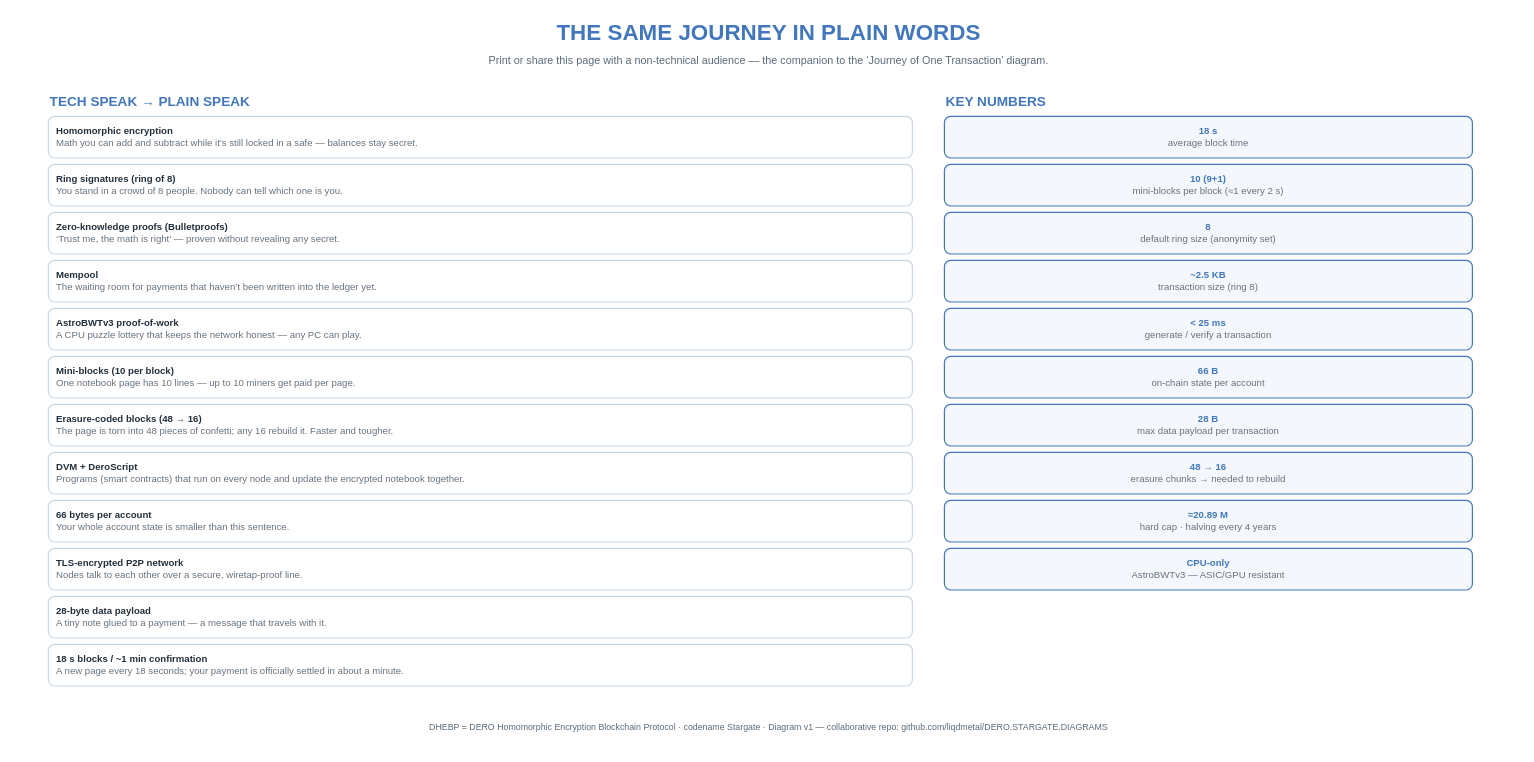
The draw.io diagram page "Plain-Language Translation" (2 of 2) of DERO.PROCESS.COMPLETE.drawio in liqdmetal/DERO.STARGATE.DIAGRAMS, before the edit. Source tidied: cells renumbered, new cells numbered last; positions are measured from the earlier drawing's top-left corner, leaving out a move shared by most shapes. Both pictures are drawn from the tidied source at 80%, with x=0, y=0 at pixel (16, 14).
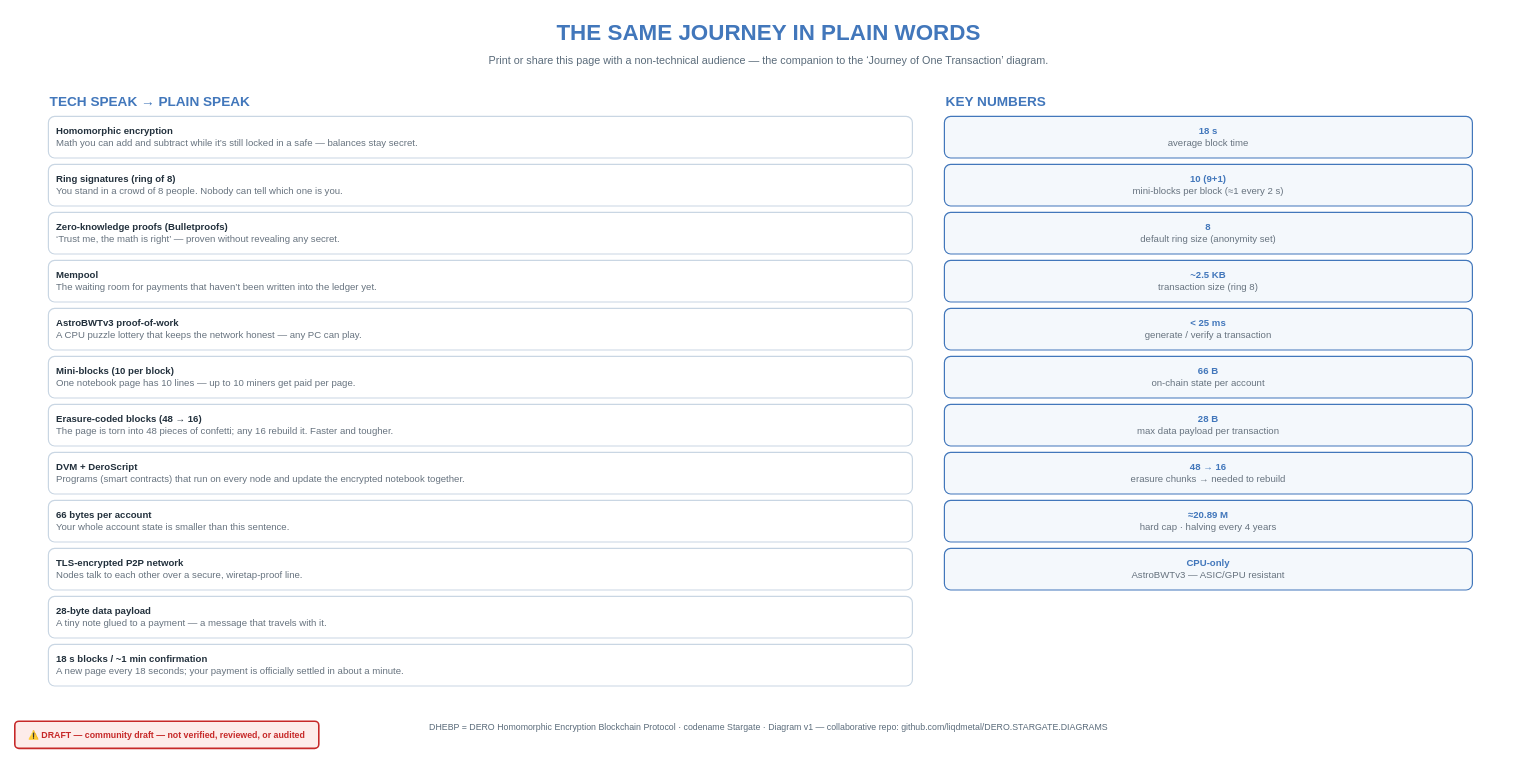
After the change.

What changed in the source:
```diff
@@
+    <mxCell id="29" value="⚠️ DRAFT — community draft — not verified, reviewed, or audited" style="rounded=1;whiteSpace=wrap;html=1;fillColor=#FDECEA;strokeColor=#C62828;strokeWidth=2;fontSize=11;fontStyle=1;fontColor=#C62828;align=center;verticalAlign=middle;" parent="1" vertex="1">
+      <mxGeometry x="-2" y="884" width="380" height="34" as="geometry" />
+    </mxCell>
```
